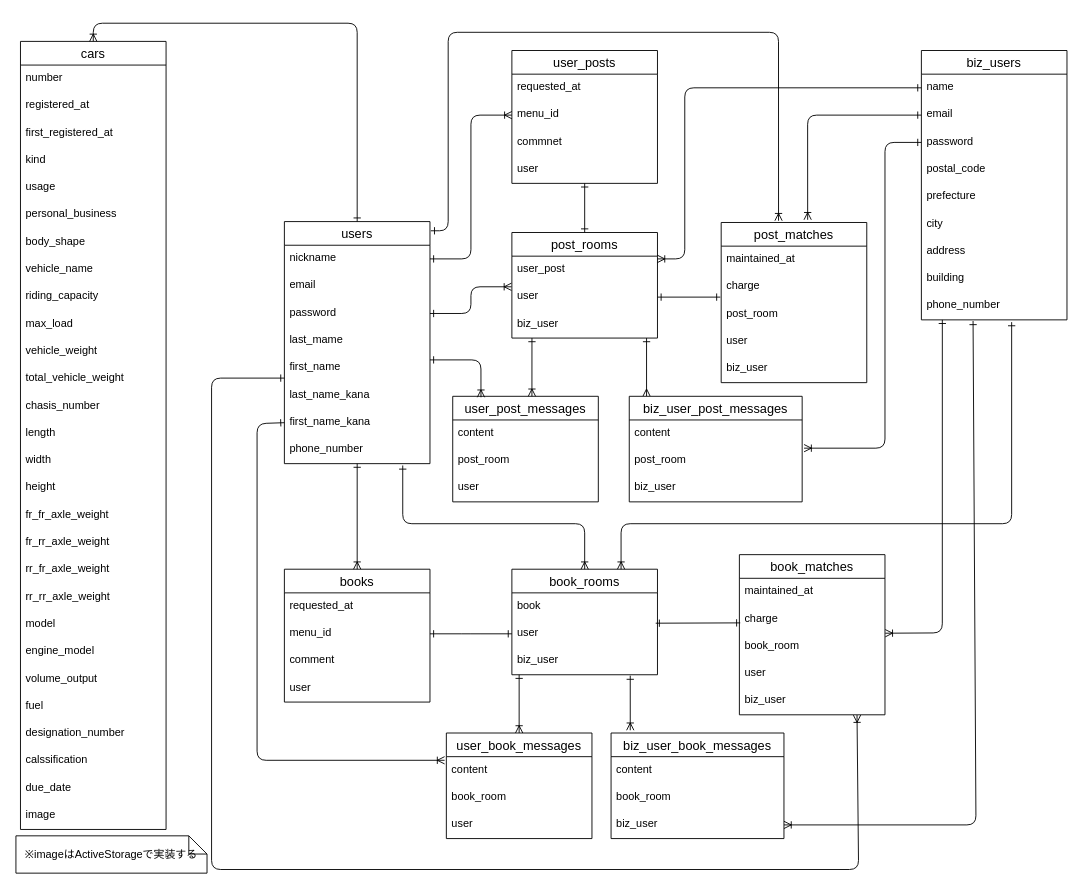
Earlier version of the draw.io diagram er.dio (Matsuo556/mente-match). Source tidied: cells renumbered, new cells numbered last; positions are measured from the earlier drawing's top-left corner, leaving out a move shared by most shapes. Both pictures are drawn from the tidied source at 91%, with x=0, y=0 at pixel (15, 23).
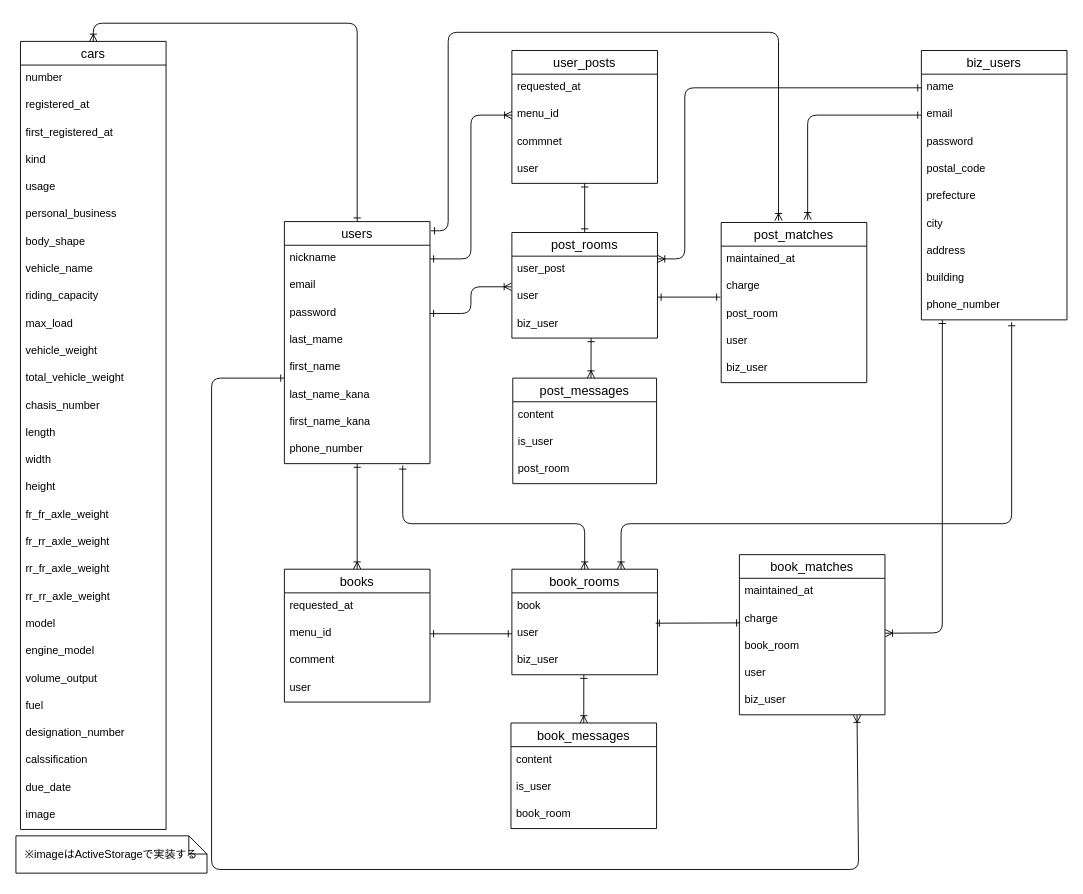
Above is the later version.

The change refers to these unchanged cells:
```xml
<mxCell id="7" value="first_name" style="text;strokeColor=none;fillColor=none;spacingLeft=4;spacingRight=4;overflow=hidden;points=[[0,0.5],[1,0.5]];portConstraint=eastwest;fontSize=12;" parent="2" vertex="1">
  <mxGeometry y="146" width="160" height="30" as="geometry" />
</mxCell>
<mxCell id="9" value="first_name_kana" style="text;strokeColor=none;fillColor=none;spacingLeft=4;spacingRight=4;overflow=hidden;points=[[0,0.5],[1,0.5]];portConstraint=eastwest;fontSize=12;" parent="2" vertex="1">
  <mxGeometry y="206" width="160" height="30" as="geometry" />
</mxCell>
<mxCell id="15" value="password" style="text;strokeColor=none;fillColor=none;spacingLeft=4;spacingRight=4;overflow=hidden;points=[[0,0.5],[1,0.5]];portConstraint=eastwest;fontSize=12;" parent="12" vertex="1">
  <mxGeometry y="86" width="160" height="30" as="geometry" />
</mxCell>
<mxCell id="21" value="phone_number" style="text;strokeColor=none;fillColor=none;spacingLeft=4;spacingRight=4;overflow=hidden;points=[[0,0.5],[1,0.5]];portConstraint=eastwest;fontSize=12;" parent="12" vertex="1">
  <mxGeometry y="266" width="160" height="30" as="geometry" />
</mxCell>
<mxCell id="25" value="biz_user" style="text;strokeColor=none;fillColor=none;spacingLeft=4;spacingRight=4;overflow=hidden;points=[[0,0.5],[1,0.5]];portConstraint=eastwest;fontSize=12;" parent="22" vertex="1">
  <mxGeometry y="86" width="160" height="30" as="geometry" />
</mxCell>
<mxCell id="78" value="biz_user" style="text;strokeColor=none;fillColor=none;spacingLeft=4;spacingRight=4;overflow=hidden;points=[[0,0.5],[1,0.5]];portConstraint=eastwest;fontSize=12;" parent="75" vertex="1">
  <mxGeometry y="86" width="160" height="30" as="geometry" />
</mxCell>
<mxCell id="80" value="content" style="text;strokeColor=none;fillColor=none;spacingLeft=4;spacingRight=4;overflow=hidden;points=[[0,0.5],[1,0.5]];portConstraint=eastwest;fontSize=12;" parent="79" vertex="1">
  <mxGeometry y="26" width="160" height="30" as="geometry" />
</mxCell>
```

Change to the diagram source:
```diff
@@
-    <mxCell id="71" value="user_post_messages" style="swimlane;fontStyle=0;horizontal=1;startSize=26;align=center;fontSize=14;" parent="1" vertex="1">
-      <mxGeometry x="480" y="410" width="160" height="116" as="geometry" />
+    <mxCell id="71" value="post_messages" style="swimlane;fontStyle=0;horizontal=1;startSize=26;align=center;fontSize=14;" parent="1" vertex="1">
+      <mxGeometry x="546" y="390" width="158" height="116" as="geometry" />
     </mxCell>
+    <mxCell id="73" value="content" style="text;strokeColor=none;fillColor=none;spacingLeft=4;spacingRight=4;overflow=hidden;fontSize=12;" parent="71" vertex="1">
+      <mxGeometry y="26" width="158" height="30" as="geometry" />
+    </mxCell>
-    <mxCell id="72" value="content" style="text;strokeColor=none;fillColor=none;spacingLeft=4;spacingRight=4;overflow=hidden;fontSize=12;" parent="71" vertex="1">
-      <mxGeometry y="26" width="160" height="30" as="geometry" />
+    <mxCell id="72" value="is_user" style="text;strokeColor=none;fillColor=none;spacingLeft=4;spacingRight=4;overflow=hidden;fontSize=12;" parent="71" vertex="1">
+      <mxGeometry y="56" width="158" height="30" as="geometry" />
     </mxCell>
-    <mxCell id="73" value="post_room" style="text;strokeColor=none;fillColor=none;spacingLeft=4;spacingRight=4;overflow=hidden;fontSize=12;" parent="71" vertex="1">
-      <mxGeometry y="56" width="160" height="30" as="geometry" />
-    </mxCell>
-    <mxCell id="74" value="user" style="text;strokeColor=none;fillColor=none;spacingLeft=4;spacingRight=4;overflow=hidden;fontSize=12;" parent="71" vertex="1">
-      <mxGeometry y="86" width="160" height="30" as="geometry" />
+    <mxCell id="74" value="post_room" style="text;strokeColor=none;fillColor=none;spacingLeft=4;spacingRight=4;overflow=hidden;fontSize=12;" parent="71" vertex="1">
+      <mxGeometry y="86" width="158" height="30" as="geometry" />
     </mxCell>
@@
-    <mxCell id="79" value="user_book_messages" style="swimlane;fontStyle=0;horizontal=1;startSize=26;align=center;fontSize=14;" parent="1" vertex="1">
-      <mxGeometry x="473" y="780" width="160" height="116" as="geometry" />
+    <mxCell id="79" value="book_messages" style="swimlane;fontStyle=0;horizontal=1;startSize=26;align=center;fontSize=14;" parent="1" vertex="1">
+      <mxGeometry x="544" y="769" width="160" height="116" as="geometry" />
     </mxCell>
@@
-    <mxCell id="81" value="book_room" style="text;strokeColor=none;fillColor=none;spacingLeft=4;spacingRight=4;overflow=hidden;fontSize=12;" parent="79" vertex="1">
+    <mxCell id="81" value="is_user" style="text;strokeColor=none;fillColor=none;spacingLeft=4;spacingRight=4;overflow=hidden;fontSize=12;" parent="79" vertex="1">
       <mxGeometry y="56" width="160" height="30" as="geometry" />
     </mxCell>
-    <mxCell id="82" value="user" style="text;strokeColor=none;fillColor=none;spacingLeft=4;spacingRight=4;overflow=hidden;fontSize=12;" parent="79" vertex="1">
+    <mxCell id="82" value="book_room" style="text;strokeColor=none;fillColor=none;spacingLeft=4;spacingRight=4;overflow=hidden;fontSize=12;" parent="79" vertex="1">
       <mxGeometry y="86" width="160" height="30" as="geometry" />
     </mxCell>
@@
-    <mxCell id="93" style="html=1;startArrow=ERone;startFill=0;endArrow=ERoneToMany;endFill=0;exitX=0.05;exitY=1;exitDx=0;exitDy=0;exitPerimeter=0;entryX=0.5;entryY=0;entryDx=0;entryDy=0;" parent="1" edge="1" source="78" target="79">
+    <mxCell id="93" style="html=1;startArrow=ERone;startFill=0;endArrow=ERoneToMany;endFill=0;exitX=0.494;exitY=1;exitDx=0;exitDy=0;exitPerimeter=0;entryX=0.5;entryY=0;entryDx=0;entryDy=0;" parent="1" edge="1" source="78" target="79">
       <mxGeometry relative="1" as="geometry" />
     </mxCell>
@@
-    <mxCell id="101" style="edgeStyle=none;html=1;entryX=0.544;entryY=0;entryDx=0;entryDy=0;startArrow=ERone;startFill=0;endArrow=ERoneToMany;endFill=0;exitX=0.138;exitY=1;exitDx=0;exitDy=0;exitPerimeter=0;entryPerimeter=0;" parent="1" edge="1" source="25" target="71">
+    <mxCell id="101" style="edgeStyle=none;html=1;entryX=0.544;entryY=0;entryDx=0;entryDy=0;startArrow=ERone;startFill=0;endArrow=ERoneToMany;endFill=0;exitX=0.544;exitY=1;exitDx=0;exitDy=0;exitPerimeter=0;entryPerimeter=0;" parent="1" edge="1" source="25" target="71">
       <mxGeometry relative="1" as="geometry" />
     </mxCell>
-    <mxCell id="102" style="edgeStyle=none;html=1;exitX=0.1;exitY=0;exitDx=0;exitDy=0;entryX=0.925;entryY=1;entryDx=0;entryDy=0;entryPerimeter=0;startArrow=ERmany;startFill=0;endArrow=ERone;endFill=0;exitPerimeter=0;" parent="1" edge="1" source="103" target="25">
-      <mxGeometry relative="1" as="geometry" />
-    </mxCell>
-    <mxCell id="103" value="biz_user_post_messages" style="swimlane;fontStyle=0;horizontal=1;startSize=26;align=center;fontSize=14;" parent="1" vertex="1">
-      <mxGeometry x="674" y="410" width="190" height="116" as="geometry" />
-    </mxCell>
-    <mxCell id="104" value="content" style="text;strokeColor=none;fillColor=none;spacingLeft=4;spacingRight=4;overflow=hidden;fontSize=12;" parent="103" vertex="1">
-      <mxGeometry y="26" width="190" height="30" as="geometry" />
-    </mxCell>
-    <mxCell id="105" value="post_room" style="text;strokeColor=none;fillColor=none;spacingLeft=4;spacingRight=4;overflow=hidden;points=[[0,0.5],[1,0.5]];portConstraint=eastwest;fontSize=12;" parent="103" vertex="1">
-      <mxGeometry y="56" width="190" height="30" as="geometry" />
-    </mxCell>
-    <mxCell id="106" value="biz_user" style="text;strokeColor=none;fillColor=none;spacingLeft=4;spacingRight=4;overflow=hidden;fontSize=12;" parent="103" vertex="1">
-      <mxGeometry y="86" width="190" height="30" as="geometry" />
-    </mxCell>
-    <mxCell id="107" style="edgeStyle=orthogonalEdgeStyle;html=1;entryX=0.194;entryY=0.009;entryDx=0;entryDy=0;entryPerimeter=0;startArrow=ERone;startFill=0;endArrow=ERoneToMany;endFill=0;exitX=1;exitY=0.2;exitDx=0;exitDy=0;exitPerimeter=0;elbow=vertical;" parent="1" edge="1" source="7" target="71">
-      <mxGeometry relative="1" as="geometry">
-        <Array as="points">
-          <mxPoint x="511" y="370" />
-        </Array>
-      </mxGeometry>
-    </mxCell>
-    <mxCell id="108" style="edgeStyle=orthogonalEdgeStyle;html=1;entryX=1.011;entryY=0.033;entryDx=0;entryDy=0;entryPerimeter=0;startArrow=ERone;startFill=0;endArrow=ERoneToMany;endFill=0;exitX=0;exitY=0.5;exitDx=0;exitDy=0;elbow=vertical;" parent="1" edge="1" source="15" target="105">
-      <mxGeometry relative="1" as="geometry">
-        <Array as="points">
-          <mxPoint x="955" y="131" />
-          <mxPoint x="955" y="467" />
-        </Array>
-      </mxGeometry>
-    </mxCell>
@@
-    <mxCell id="110" value="biz_user_book_messages" style="swimlane;fontStyle=0;horizontal=1;startSize=26;align=center;fontSize=14;" parent="1" vertex="1">
-      <mxGeometry x="654" y="780" width="190" height="116" as="geometry" />
-    </mxCell>
-    <mxCell id="111" value="content" style="text;strokeColor=none;fillColor=none;spacingLeft=4;spacingRight=4;overflow=hidden;fontSize=12;" parent="110" vertex="1">
-      <mxGeometry y="26" width="190" height="30" as="geometry" />
-    </mxCell>
-    <mxCell id="112" value="book_room" style="text;strokeColor=none;fillColor=none;spacingLeft=4;spacingRight=4;overflow=hidden;fontSize=12;" parent="110" vertex="1">
-      <mxGeometry y="56" width="190" height="30" as="geometry" />
-    </mxCell>
-    <mxCell id="113" value="biz_user" style="text;strokeColor=none;fillColor=none;spacingLeft=4;spacingRight=4;overflow=hidden;points=[[0,0.5],[1,0.5]];portConstraint=eastwest;fontSize=12;" parent="110" vertex="1">
-      <mxGeometry y="86" width="190" height="30" as="geometry" />
-    </mxCell>
-    <mxCell id="114" style="html=1;startArrow=ERone;startFill=0;endArrow=ERoneToMany;endFill=0;exitX=0.813;exitY=1.033;exitDx=0;exitDy=0;exitPerimeter=0;entryX=0.111;entryY=-0.026;entryDx=0;entryDy=0;entryPerimeter=0;" parent="1" edge="1" source="78" target="110">
-      <mxGeometry relative="1" as="geometry" />
-    </mxCell>
-    <mxCell id="115" style="edgeStyle=none;html=1;exitX=0;exitY=0.5;exitDx=0;exitDy=0;entryX=-0.012;entryY=0.133;entryDx=0;entryDy=0;startArrow=ERone;startFill=0;endArrow=ERoneToMany;endFill=0;elbow=vertical;entryPerimeter=0;" parent="1" edge="1" source="9" target="80">
-      <mxGeometry relative="1" as="geometry">
-        <Array as="points">
-          <mxPoint x="265" y="440" />
-          <mxPoint x="265" y="810" />
-        </Array>
-      </mxGeometry>
-    </mxCell>
-    <mxCell id="116" style="edgeStyle=none;html=1;entryX=1;entryY=0.5;entryDx=0;entryDy=0;startArrow=ERone;startFill=0;endArrow=ERoneToMany;endFill=0;elbow=vertical;exitX=0.355;exitY=1.042;exitDx=0;exitDy=0;exitPerimeter=0;" parent="1" edge="1" source="21" target="113">
-      <mxGeometry relative="1" as="geometry">
-        <Array as="points">
-          <mxPoint x="1055" y="881" />
-        </Array>
-      </mxGeometry>
-    </mxCell>
```
